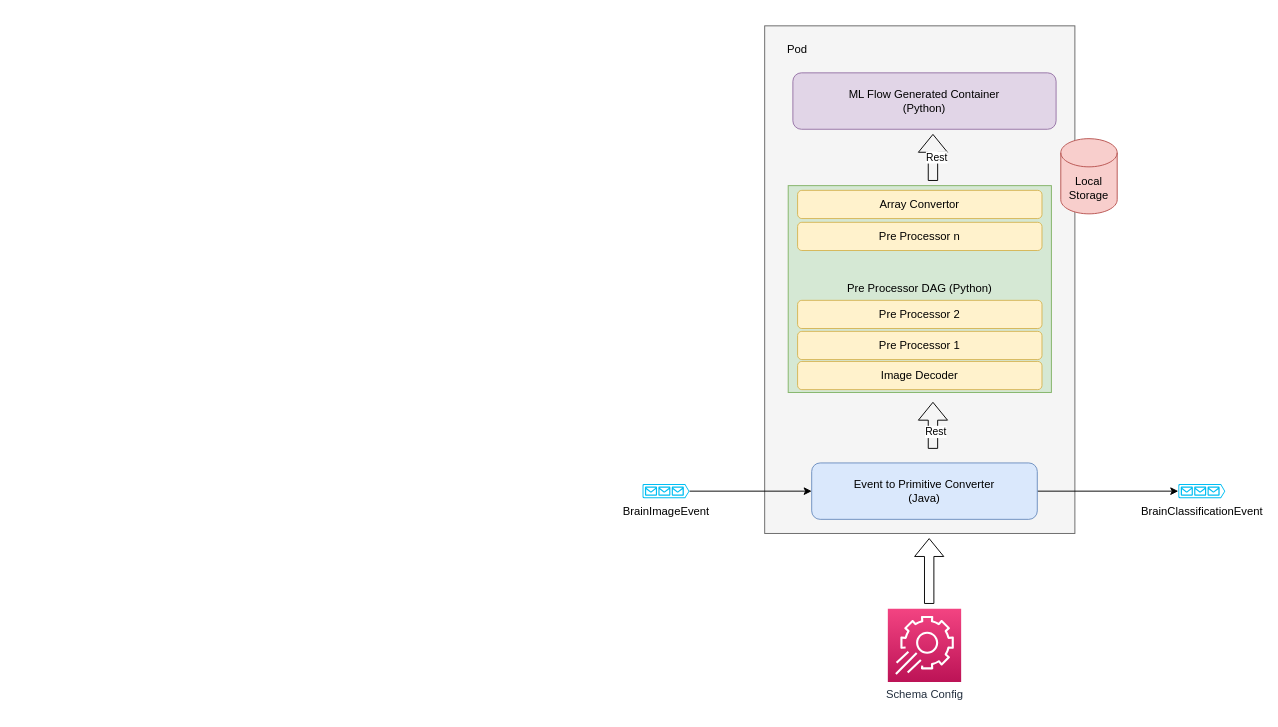
Above: page "ML In Process" (1 of 5) of docs/diagram/ml.drawio in brain-os/brain-proto (draw.io), before the change. Source tidied: cells renumbered, new cells numbered last; positions are measured from the earlier drawing's top-left corner, leaving out a move shared by most shapes. Both pictures are drawn from the tidied source at 94%, with x=0, y=0 at pixel (642, 25).
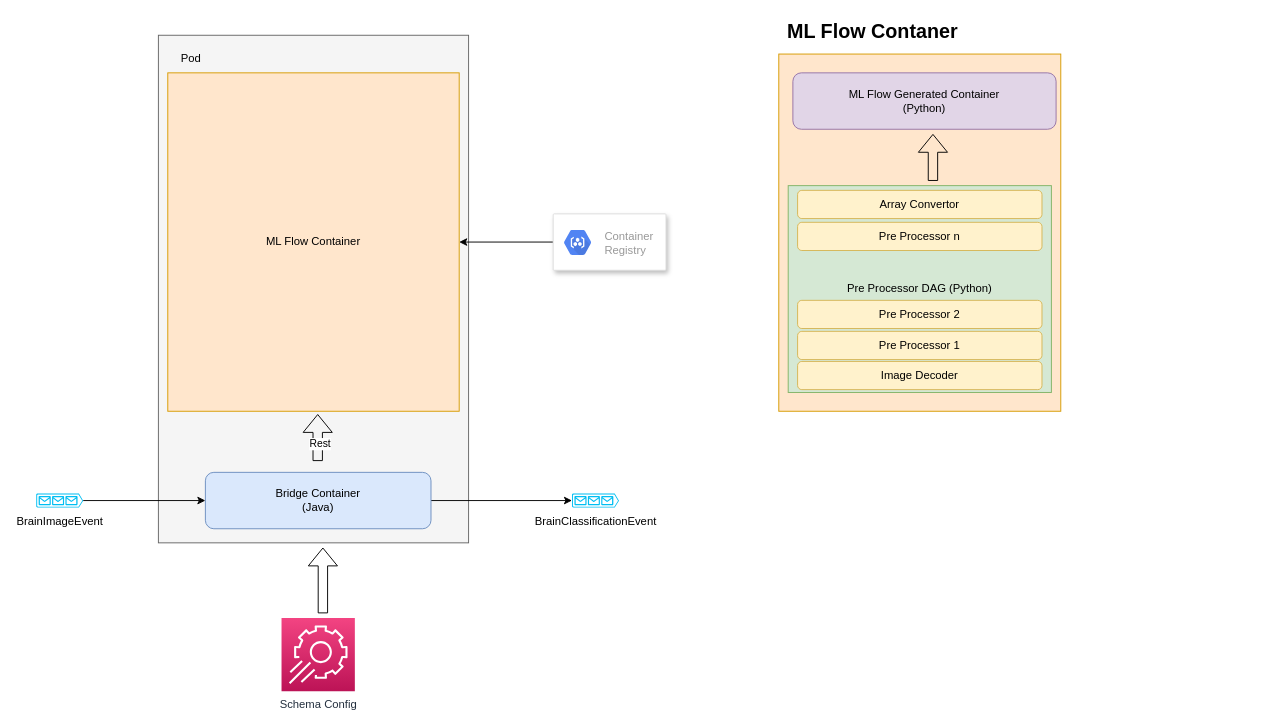
The same diagram, later.

Change to the diagram source:
```diff
@@
     <mxCell id="2" style="rounded=0;whiteSpace=wrap;html=1;fillColor=#f5f5f5;fontColor=#333333;strokeColor=#666666;" parent="1" vertex="1">
-      <mxGeometry x="130" width="330" height="540" as="geometry" />
+      <mxGeometry x="-515" y="10" width="330" height="540" as="geometry" />
     </mxCell>
@@
-    <mxCell id="4" value="Event to Primitive Converter&lt;br&gt;(Java)" style="rounded=1;whiteSpace=wrap;html=1;fillColor=#dae8fc;strokeColor=#6c8ebf;" parent="1" vertex="1">
-      <mxGeometry x="180" y="465" width="240" height="60" as="geometry" />
+    <mxCell id="4" value="Bridge Container&lt;br&gt;(Java)" style="rounded=1;whiteSpace=wrap;html=1;fillColor=#dae8fc;strokeColor=#6c8ebf;" parent="1" vertex="1">
+      <mxGeometry x="-465" y="475" width="240" height="60" as="geometry" />
     </mxCell>
@@
     <mxCell id="6" value="BrainImageEvent" style="verticalLabelPosition=bottom;html=1;verticalAlign=top;align=center;strokeColor=none;fillColor=#00BEF2;shape=mxgraph.azure.queue_generic;" parent="1" vertex="1">
-      <mxGeometry y="487.5" width="50" height="15" as="geometry" />
+      <mxGeometry x="-645" y="497.5" width="50" height="15" as="geometry" />
     </mxCell>
     <mxCell id="7" value="BrainClassificationEvent" style="verticalLabelPosition=bottom;html=1;verticalAlign=top;align=center;strokeColor=none;fillColor=#00BEF2;shape=mxgraph.azure.queue_generic;" parent="1" vertex="1">
-      <mxGeometry x="570" y="487.5" width="50" height="15" as="geometry" />
+      <mxGeometry x="-75" y="497.5" width="50" height="15" as="geometry" />
     </mxCell>
+    <mxCell id="14" value="Schema Config" style="sketch=0;fontColor=#232F3E;gradientColor=#F34482;gradientDirection=north;fillColor=#BC1356;strokeColor=#ffffff;dashed=0;verticalLabelPosition=bottom;verticalAlign=top;align=center;html=1;fontSize=12;fontStyle=0;shape=mxgraph.aws4.resourceIcon;resIcon=mxgraph.aws4.app_config;" parent="1" vertex="1">
+      <mxGeometry x="-384" y="630" width="78" height="78" as="geometry" />
+    </mxCell>
+    <mxCell id="15" style="shape=flexArrow;endArrow=classic;html=1;rounded=0;" parent="1" edge="1">
+      <mxGeometry relative="1" as="geometry">
+        <mxPoint x="-340" y="625" as="sourcePoint" />
+        <mxPoint x="-340" y="555" as="targetPoint" />
+      </mxGeometry>
+    </mxCell>
+    <mxCell id="18" style="shape=flexArrow;endArrow=classic;html=1;rounded=0;" parent="1" edge="1">
+      <mxGeometry relative="1" as="geometry">
+        <mxPoint x="-345.5" y="463" as="sourcePoint" />
+        <mxPoint x="-345.5" y="413" as="targetPoint" />
+      </mxGeometry>
+    </mxCell>
+    <mxCell id="19" value="Rest" style="edgeLabel;html=1;align=center;verticalAlign=middle;" parent="18" vertex="1">
+      <mxGeometry x="-0.24" y="-2" relative="1" as="geometry" />
+    </mxCell>
+    <mxCell id="22" value="Pod" style="text;html=1;strokeColor=none;fillColor=none;align=center;verticalAlign=middle;whiteSpace=wrap;rounded=0;" parent="1" vertex="1">
+      <mxGeometry x="-510" y="20" width="60" height="30" as="geometry" />
+    </mxCell>
+    <mxCell id="23" style="rounded=0;whiteSpace=wrap;html=1;fillColor=#ffe6cc;strokeColor=#d79b00;" parent="1" vertex="1">
+      <mxGeometry x="145" y="30" width="300" height="380" as="geometry" />
+    </mxCell>
@@
-    <mxCell id="13" value="Local Storage" style="shape=cylinder3;whiteSpace=wrap;html=1;boundedLbl=1;backgroundOutline=1;size=15;fillColor=#f8cecc;strokeColor=#b85450;" parent="1" vertex="1">
-      <mxGeometry x="445" y="120" width="60" height="80" as="geometry" />
-    </mxCell>
-    <mxCell id="14" value="Schema Config" style="sketch=0;fontColor=#232F3E;gradientColor=#F34482;gradientDirection=north;fillColor=#BC1356;strokeColor=#ffffff;dashed=0;verticalLabelPosition=bottom;verticalAlign=top;align=center;html=1;fontSize=12;fontStyle=0;shape=mxgraph.aws4.resourceIcon;resIcon=mxgraph.aws4.app_config;" parent="1" vertex="1">
-      <mxGeometry x="261" y="620" width="78" height="78" as="geometry" />
-    </mxCell>
-    <mxCell id="15" style="shape=flexArrow;endArrow=classic;html=1;rounded=0;" parent="1" edge="1">
-      <mxGeometry relative="1" as="geometry">
-        <mxPoint x="305" y="615" as="sourcePoint" />
-        <mxPoint x="305" y="545" as="targetPoint" />
-      </mxGeometry>
-    </mxCell>
@@
-    <mxCell id="18" style="shape=flexArrow;endArrow=classic;html=1;rounded=0;" parent="1" edge="1">
-      <mxGeometry relative="1" as="geometry">
-        <mxPoint x="309" y="450" as="sourcePoint" />
-        <mxPoint x="309" y="400" as="targetPoint" />
-      </mxGeometry>
-    </mxCell>
-    <mxCell id="19" value="Rest" style="edgeLabel;html=1;align=center;verticalAlign=middle;" parent="18" vertex="1">
-      <mxGeometry x="-0.24" y="-2" relative="1" as="geometry" />
-    </mxCell>
-    <mxCell id="20" style="shape=flexArrow;endArrow=classic;html=1;rounded=0;" parent="1" edge="1">
-      <mxGeometry relative="1" as="geometry">
-        <mxPoint x="309" y="165" as="sourcePoint" />
-        <mxPoint x="309" y="115" as="targetPoint" />
-      </mxGeometry>
-    </mxCell>
-    <mxCell id="21" value="Rest" style="edgeLabel;html=1;align=center;verticalAlign=middle;" parent="20" vertex="1">
-      <mxGeometry x="0.04" y="-3" relative="1" as="geometry" />
-    </mxCell>
-    <mxCell id="22" value="Pod" style="text;html=1;strokeColor=none;fillColor=none;align=center;verticalAlign=middle;whiteSpace=wrap;rounded=0;" parent="1" vertex="1">
-      <mxGeometry x="135" y="10" width="60" height="30" as="geometry" />
-    </mxCell>
+    <mxCell id="24" style="shape=flexArrow;endArrow=classic;html=1;rounded=0;" parent="1" edge="1">
+      <mxGeometry relative="1" as="geometry">
+        <mxPoint x="309" y="165" as="sourcePoint" />
+        <mxPoint x="309" y="115" as="targetPoint" />
+      </mxGeometry>
+    </mxCell>
+    <mxCell id="25" value="ML Flow Container" style="rounded=0;whiteSpace=wrap;html=1;fillColor=#ffe6cc;strokeColor=#d79b00;" parent="1" vertex="1">
+      <mxGeometry x="-505" y="50" width="310" height="360" as="geometry" />
+    </mxCell>
+    <mxCell id="26" value="ML Flow Contaner" style="text;html=1;strokeColor=none;fillColor=none;align=center;verticalAlign=middle;whiteSpace=wrap;rounded=0;fontSize=21;fontStyle=1;" parent="1" vertex="1">
+      <mxGeometry x="145" y="-10" width="200" height="30" as="geometry" />
+    </mxCell>
+    <mxCell id="27" style="edgeStyle=orthogonalEdgeStyle;rounded=0;jettySize=auto;html=1;fontSize=21;" parent="1" edge="1" source="28" target="25">
+      <mxGeometry relative="1" as="geometry" />
+    </mxCell>
+    <mxCell id="28" style="strokeColor=#dddddd;shadow=1;strokeWidth=1;rounded=1;absoluteArcSize=1;arcSize=2;fontSize=21;" parent="1" vertex="1">
+      <mxGeometry x="-95" y="200" width="120" height="60" as="geometry" />
+    </mxCell>
+    <mxCell id="29" value="Container&#10;Registry" style="sketch=0;dashed=0;html=1;fillColor=#5184F3;strokeColor=none;shape=mxgraph.gcp2.hexIcon;prIcon=container_registry;labelPosition=right;verticalLabelPosition=middle;align=left;verticalAlign=middle;spacingLeft=5;fontColor=#999999;fontSize=12;" parent="28" vertex="1">
+      <mxGeometry y="0.5" width="44" height="39" relative="1" as="geometry">
+        <mxPoint x="4" y="-19" as="offset" />
+      </mxGeometry>
+    </mxCell>
```
